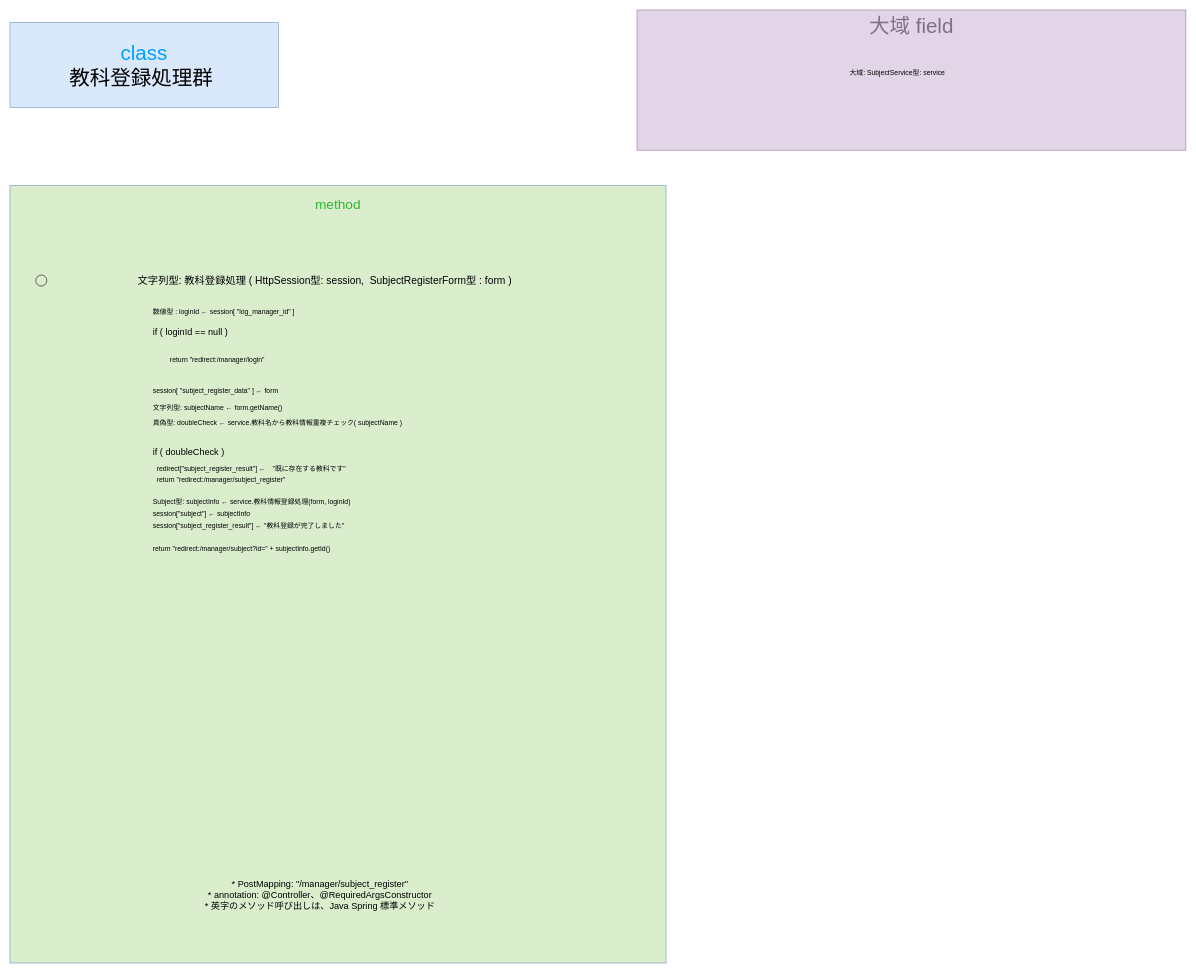
tro319/seiseki_manage_sys keeps this draw.io diagram as gijigengo/controller/manager/seiseki_manage_sys controller_manager SubjectRegisterControllerクラス 疑似言語.drawio. Above is the earlier version. Source tidied: cells renumbered, new cells numbered last; positions are measured from the earlier drawing's top-left corner, leaving out a move shared by most shapes. Both pictures are drawn from the tidied source at 57%, with x=0, y=0 at pixel (10, 10).
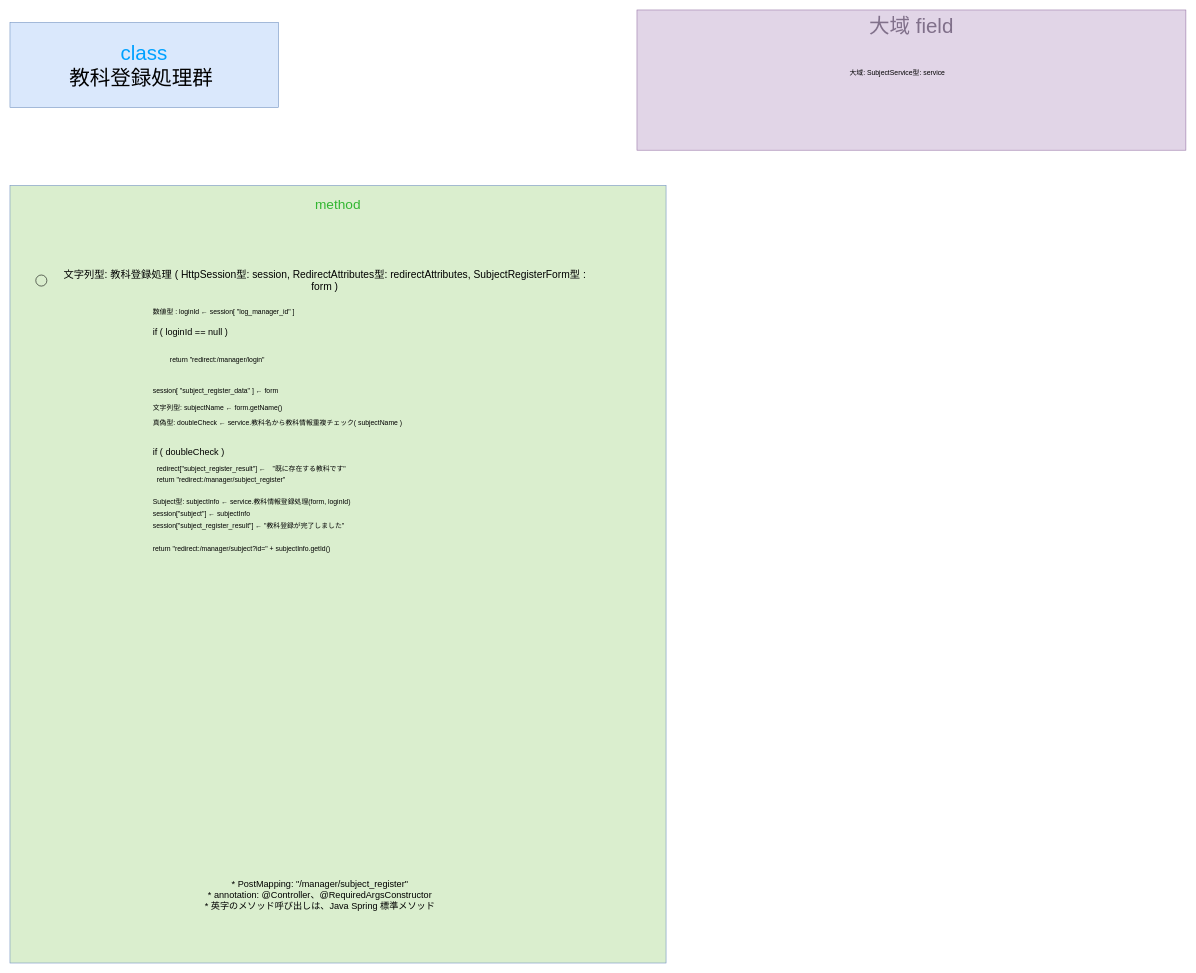
After the change.

The change refers to these unchanged cells:
```xml
<mxCell id="9" style="group;" parent="1" vertex="1">
  <mxGeometry x="10" y="460" width="984" height="30" as="geometry" />
</mxCell>
```

What changed in the source:
```diff
@@
-    <mxCell id="11" value="&lt;font style=&quot;font-size: 18px;&quot;&gt;&lt;span&gt;&lt;span&gt;&lt;span style=&quot;color: rgb(0, 0, 0);&quot;&gt;&lt;font&gt;文字列型: 教科登録処理 ( HttpSession型: session,&amp;nbsp; SubjectRegisterForm型 : form )&lt;/font&gt;&lt;/span&gt;&lt;/span&gt;&lt;/span&gt;&lt;/font&gt;" style="whiteSpace=wrap;html=1;fillColor=none;labelBorderColor=none;strokeColor=none;" parent="9" vertex="1">
+    <mxCell id="11" value="&lt;font style=&quot;font-size: 18px;&quot;&gt;&lt;span&gt;&lt;span&gt;&lt;span style=&quot;color: rgb(0, 0, 0);&quot;&gt;&lt;font&gt;文字列型: 教科登録処理 ( HttpSession型: session, RedirectAttributes型: redirectAttributes, SubjectRegisterForm型 : form )&lt;/font&gt;&lt;/span&gt;&lt;/span&gt;&lt;/span&gt;&lt;/font&gt;" style="whiteSpace=wrap;html=1;fillColor=none;labelBorderColor=none;strokeColor=none;" parent="9" vertex="1">
       <mxGeometry x="64" y="-0.3" width="957.1" height="30" as="geometry" />
     </mxCell>
```
